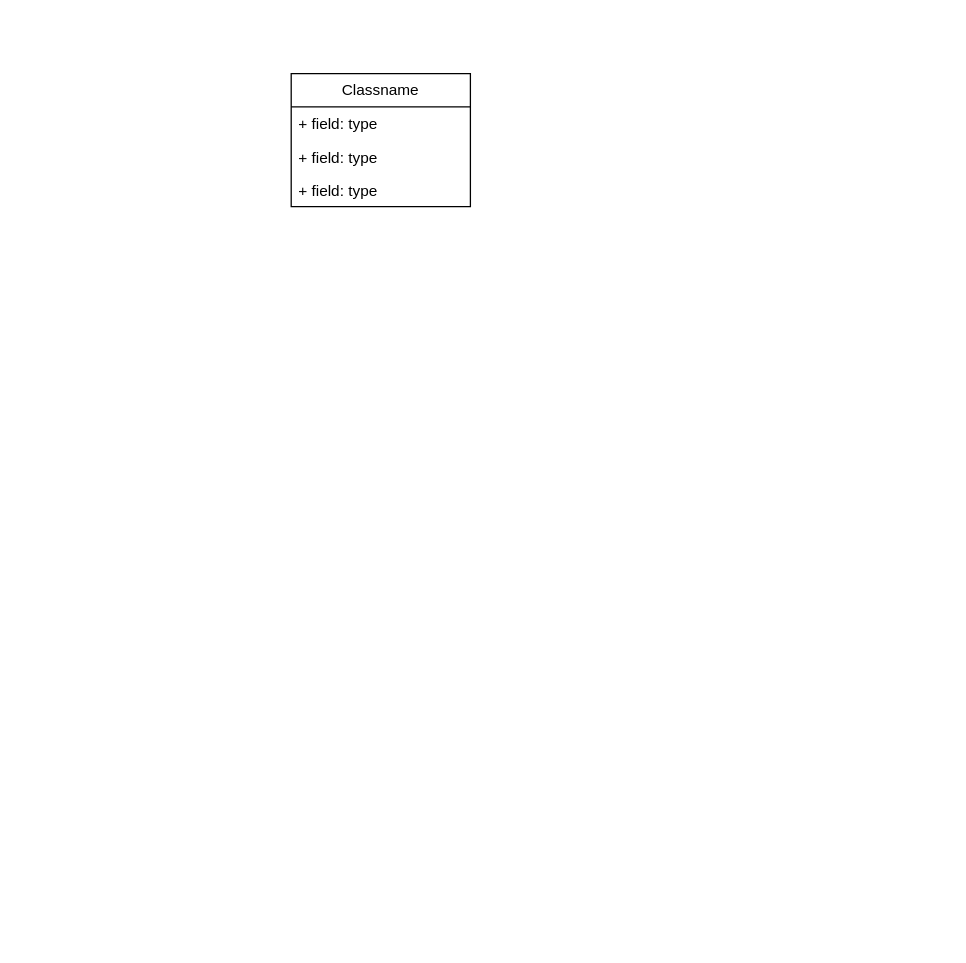
tekeiro/rpi-sweet-home keeps this draw.io diagram as docs/medialib/MODELS.drawio. Above is the earlier version. Source tidied: cells renumbered, new cells numbered last; positions are measured from the earlier drawing's top-left corner, leaving out a move shared by most shapes. Both pictures are drawn from the tidied source at 128%, with x=0, y=0 at pixel (291, 73).
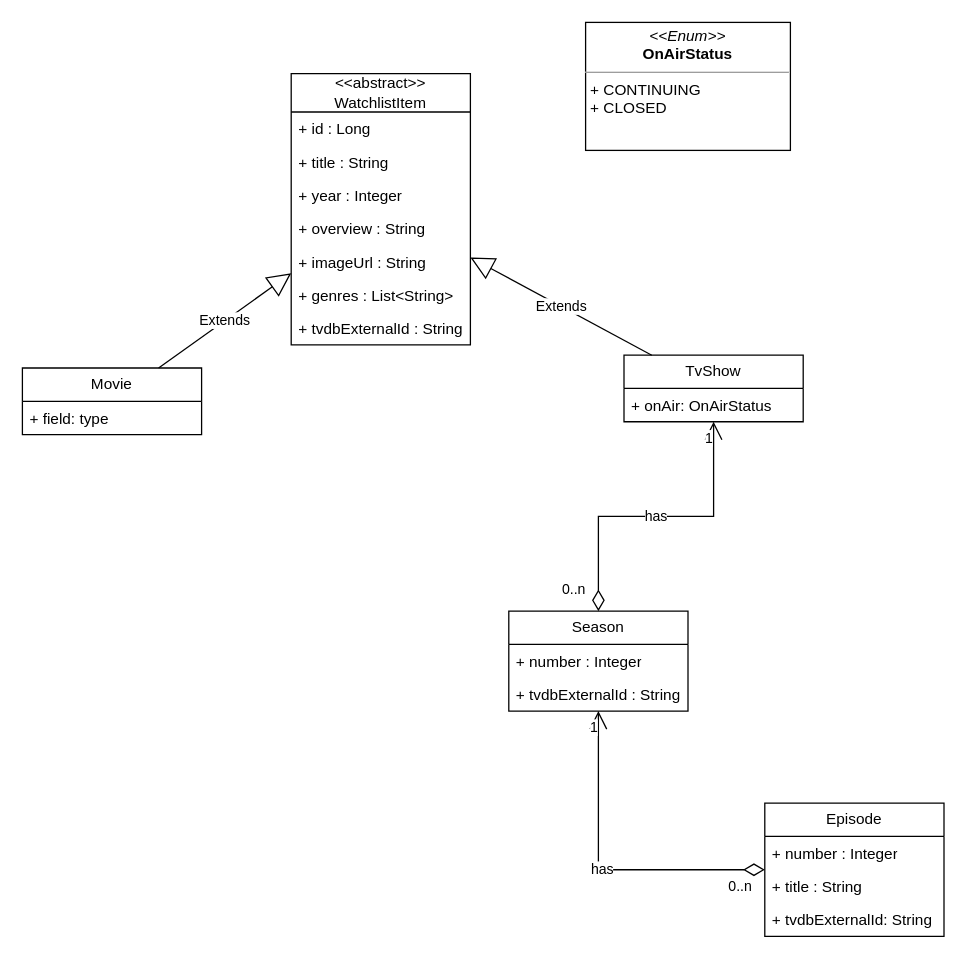
Above is the later version.

Commit message (it also covers changes not shown here):
added watchlist item models

Diff of the diagram source:
```diff
@@
-    <mxCell id="2" value="Classname" style="swimlane;fontStyle=0;horizontal=1;startSize=26;fillColor=none;whiteSpace=wrap;html=1;" parent="1" vertex="1">
-      <mxGeometry width="140" height="104" as="geometry" />
+    <mxCell id="2" value="&amp;lt;&amp;lt;abstract&amp;gt;&amp;gt;&lt;br&gt;WatchlistItem" style="swimlane;fontStyle=0;horizontal=1;startSize=30;fillColor=none;whiteSpace=wrap;html=1;" parent="1" vertex="1">
+      <mxGeometry width="140" height="212" as="geometry" />
     </mxCell>
-    <mxCell id="3" value="+ field: type" style="text;strokeColor=none;fillColor=none;align=left;verticalAlign=top;spacingLeft=4;spacingRight=4;overflow=hidden;whiteSpace=wrap;html=1;" parent="2" vertex="1">
-      <mxGeometry y="26" width="140" height="26" as="geometry" />
+    <mxCell id="3" value="+ id : Long" style="text;strokeColor=none;fillColor=none;align=left;verticalAlign=top;spacingLeft=4;spacingRight=4;overflow=hidden;whiteSpace=wrap;html=1;" parent="2" vertex="1">
+      <mxGeometry y="30" width="140" height="26" as="geometry" />
     </mxCell>
-    <mxCell id="4" value="+ field: type" style="text;strokeColor=none;fillColor=none;align=left;verticalAlign=top;spacingLeft=4;spacingRight=4;overflow=hidden;whiteSpace=wrap;html=1;" parent="2" vertex="1">
-      <mxGeometry y="52" width="140" height="26" as="geometry" />
+    <mxCell id="4" value="+ title : String" style="text;strokeColor=none;fillColor=none;align=left;verticalAlign=top;spacingLeft=4;spacingRight=4;overflow=hidden;whiteSpace=wrap;html=1;" parent="2" vertex="1">
+      <mxGeometry y="56" width="140" height="26" as="geometry" />
     </mxCell>
-    <mxCell id="5" value="+ field: type" style="text;strokeColor=none;fillColor=none;align=left;verticalAlign=top;spacingLeft=4;spacingRight=4;overflow=hidden;whiteSpace=wrap;html=1;" parent="2" vertex="1">
-      <mxGeometry y="78" width="140" height="26" as="geometry" />
+    <mxCell id="5" value="+ year : Integer" style="text;strokeColor=none;fillColor=none;align=left;verticalAlign=top;spacingLeft=4;spacingRight=4;overflow=hidden;whiteSpace=wrap;html=1;" parent="2" vertex="1">
+      <mxGeometry y="82" width="140" height="26" as="geometry" />
     </mxCell>
+    <mxCell id="6" value="+ overview : String" style="text;strokeColor=none;fillColor=none;align=left;verticalAlign=top;spacingLeft=4;spacingRight=4;overflow=hidden;whiteSpace=wrap;html=1;" parent="2" vertex="1">
+      <mxGeometry y="108" width="140" height="26" as="geometry" />
+    </mxCell>
+    <mxCell id="7" value="+ imageUrl : String" style="text;strokeColor=none;fillColor=none;align=left;verticalAlign=top;spacingLeft=4;spacingRight=4;overflow=hidden;whiteSpace=wrap;html=1;" parent="2" vertex="1">
+      <mxGeometry y="134" width="140" height="26" as="geometry" />
+    </mxCell>
+    <mxCell id="8" value="+ genres : List&amp;lt;String&amp;gt;" style="text;strokeColor=none;fillColor=none;align=left;verticalAlign=top;spacingLeft=4;spacingRight=4;overflow=hidden;whiteSpace=wrap;html=1;" parent="2" vertex="1">
+      <mxGeometry y="160" width="140" height="26" as="geometry" />
+    </mxCell>
+    <mxCell id="9" value="+ tvdbExternalId : String" style="text;strokeColor=none;fillColor=none;align=left;verticalAlign=top;spacingLeft=4;spacingRight=4;overflow=hidden;whiteSpace=wrap;html=1;" parent="2" vertex="1">
+      <mxGeometry y="186" width="140" height="26" as="geometry" />
+    </mxCell>
+    <mxCell id="10" value="Movie" style="swimlane;fontStyle=0;horizontal=1;startSize=26;fillColor=none;whiteSpace=wrap;html=1;" parent="1" vertex="1">
+      <mxGeometry x="-210" y="230" width="140" height="52" as="geometry" />
+    </mxCell>
+    <mxCell id="11" value="+ field: type" style="text;strokeColor=none;fillColor=none;align=left;verticalAlign=top;spacingLeft=4;spacingRight=4;overflow=hidden;whiteSpace=wrap;html=1;" parent="10" vertex="1">
+      <mxGeometry y="26" width="140" height="26" as="geometry" />
+    </mxCell>
+    <mxCell id="12" value="TvShow" style="swimlane;fontStyle=0;horizontal=1;startSize=26;fillColor=none;whiteSpace=wrap;html=1;" parent="1" vertex="1">
+      <mxGeometry x="260" y="220" width="140" height="52" as="geometry" />
+    </mxCell>
+    <mxCell id="13" value="+ onAir: OnAirStatus" style="text;strokeColor=none;fillColor=none;align=left;verticalAlign=top;spacingLeft=4;spacingRight=4;overflow=hidden;whiteSpace=wrap;html=1;" parent="12" vertex="1">
+      <mxGeometry y="26" width="140" height="26" as="geometry" />
+    </mxCell>
+    <mxCell id="14" value="Extends" style="endArrow=block;endSize=16;endFill=0;html=1;rounded=0;" parent="1" edge="1" source="10" target="2">
+      <mxGeometry relative="1" as="geometry" />
+    </mxCell>
+    <mxCell id="15" value="Extends" style="endArrow=block;endSize=16;endFill=0;html=1;rounded=0;" parent="1" edge="1" source="12" target="2">
+      <mxGeometry relative="1" as="geometry" />
+    </mxCell>
+    <mxCell id="16" value="Season" style="swimlane;fontStyle=0;horizontal=1;startSize=26;fillColor=none;whiteSpace=wrap;html=1;" parent="1" vertex="1">
+      <mxGeometry x="170" y="420" width="140" height="78" as="geometry" />
+    </mxCell>
+    <mxCell id="17" value="+ number : Integer" style="text;strokeColor=none;fillColor=none;align=left;verticalAlign=top;spacingLeft=4;spacingRight=4;overflow=hidden;whiteSpace=wrap;html=1;" parent="16" vertex="1">
+      <mxGeometry y="26" width="140" height="26" as="geometry" />
+    </mxCell>
+    <mxCell id="18" value="+ tvdbExternalId : String" style="text;strokeColor=none;fillColor=none;align=left;verticalAlign=top;spacingLeft=4;spacingRight=4;overflow=hidden;whiteSpace=wrap;html=1;" parent="16" vertex="1">
+      <mxGeometry y="52" width="140" height="26" as="geometry" />
+    </mxCell>
+    <mxCell id="19" value="Episode" style="swimlane;fontStyle=0;horizontal=1;startSize=26;fillColor=none;whiteSpace=wrap;html=1;" parent="1" vertex="1">
+      <mxGeometry x="370" y="570" width="140" height="104" as="geometry" />
+    </mxCell>
+    <mxCell id="20" value="+ number : Integer" style="text;strokeColor=none;fillColor=none;align=left;verticalAlign=top;spacingLeft=4;spacingRight=4;overflow=hidden;whiteSpace=wrap;html=1;" parent="19" vertex="1">
+      <mxGeometry y="26" width="140" height="26" as="geometry" />
+    </mxCell>
+    <mxCell id="21" value="+ title : String" style="text;strokeColor=none;fillColor=none;align=left;verticalAlign=top;spacingLeft=4;spacingRight=4;overflow=hidden;whiteSpace=wrap;html=1;" parent="19" vertex="1">
+      <mxGeometry y="52" width="140" height="26" as="geometry" />
+    </mxCell>
+    <mxCell id="22" value="+ tvdbExternalId: String" style="text;strokeColor=none;fillColor=none;align=left;verticalAlign=top;spacingLeft=4;spacingRight=4;overflow=hidden;whiteSpace=wrap;html=1;" parent="19" vertex="1">
+      <mxGeometry y="78" width="140" height="26" as="geometry" />
+    </mxCell>
+    <mxCell id="23" value="has" style="endArrow=open;html=1;endSize=12;startArrow=diamondThin;startSize=14;startFill=0;edgeStyle=orthogonalEdgeStyle;rounded=0;" parent="1" edge="1" source="19" target="16">
+      <mxGeometry relative="1" as="geometry" />
+    </mxCell>
+    <mxCell id="24" value="0..n" style="edgeLabel;html=1;align=left;verticalAlign=top;" parent="23" vertex="1">
+      <mxGeometry x="-1" relative="1" as="geometry">
+        <mxPoint x="-30" as="offset" />
+      </mxGeometry>
+    </mxCell>
+    <mxCell id="25" value="1" style="edgeLabel;html=1;align=right;verticalAlign=top;" parent="23" vertex="1">
+      <mxGeometry x="1" relative="1" as="geometry" />
+    </mxCell>
+    <mxCell id="26" value="has" style="endArrow=open;html=1;endSize=12;startArrow=diamondThin;startSize=14;startFill=0;edgeStyle=orthogonalEdgeStyle;rounded=0;" parent="1" edge="1" source="16" target="12">
+      <mxGeometry relative="1" as="geometry" />
+    </mxCell>
+    <mxCell id="27" value="0..n" style="edgeLabel;html=1;align=left;verticalAlign=top;" parent="26" vertex="1">
+      <mxGeometry x="-1" relative="1" as="geometry">
+        <mxPoint x="-30" y="-30" as="offset" />
+      </mxGeometry>
+    </mxCell>
+    <mxCell id="28" value="1" style="edgeLabel;html=1;align=right;verticalAlign=top;" parent="26" vertex="1">
+      <mxGeometry x="1" relative="1" as="geometry" />
+    </mxCell>
+    <mxCell id="29" value="&lt;p style=&quot;margin:0px;margin-top:4px;text-align:center;&quot;&gt;&lt;i&gt;&amp;lt;&amp;lt;Enum&amp;gt;&amp;gt;&lt;/i&gt;&lt;br&gt;&lt;b&gt;OnAirStatus&lt;/b&gt;&lt;/p&gt;&lt;hr size=&quot;1&quot;&gt;&lt;p style=&quot;margin:0px;margin-left:4px;&quot;&gt;+ CONTINUING&lt;br&gt;+ CLOSED&lt;/p&gt;&lt;p style=&quot;margin:0px;margin-left:4px;&quot;&gt;&lt;/p&gt;" style="verticalAlign=top;align=left;overflow=fill;fontSize=12;fontFamily=Helvetica;html=1;whiteSpace=wrap;" parent="1" vertex="1">
+      <mxGeometry x="230" y="-40" width="160" height="100" as="geometry" />
+    </mxCell>
```
